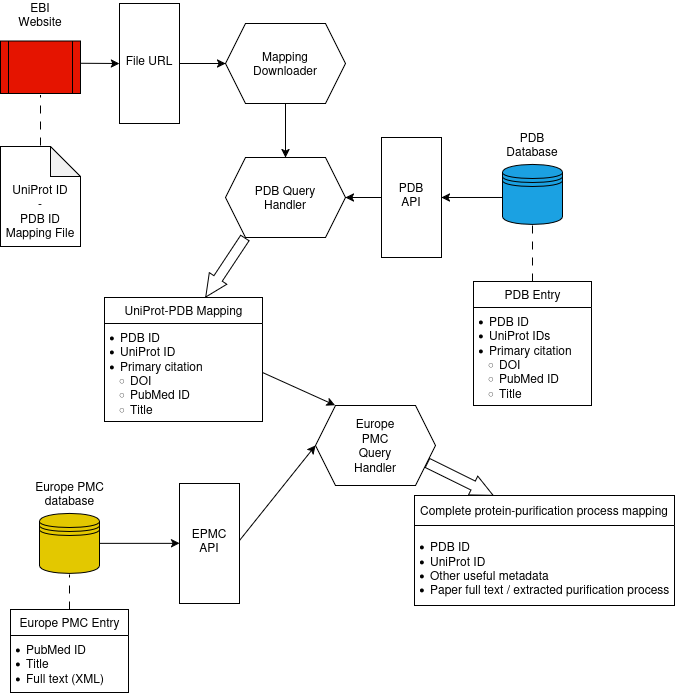
DavidJCCastro/fct-thesis keeps this draw.io diagram as 5-Figures/diagrams/new_viz.png. Above is the earlier version. Source tidied: cells renumbered, new cells last; positions are measured from the earlier drawing's top-left corner, leaving out a move shared by most shapes.
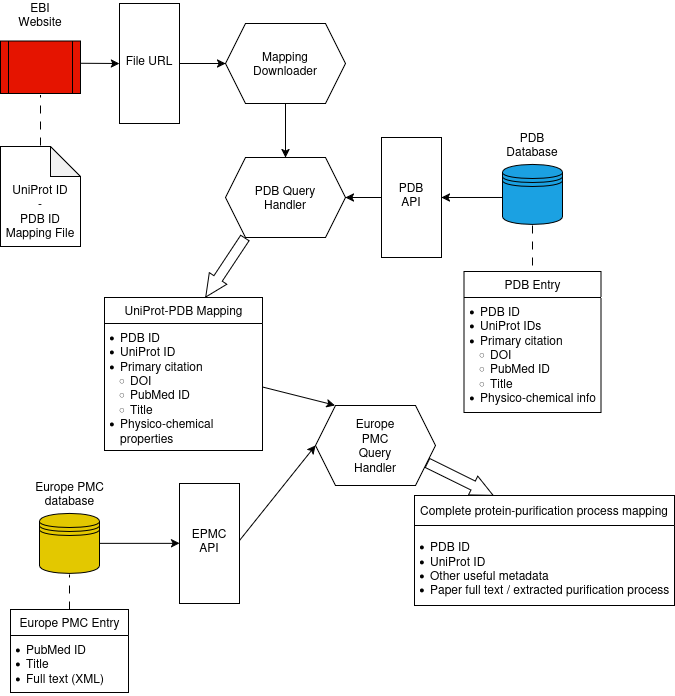
After the commit.

The edit, as a diff of the source:
```diff
@@ -3,10 +3,10 @@
     <mxCell id="0" />
     <mxCell id="1" parent="0" />
     <mxCell id="2" value="PDB Entry" style="swimlane;fontStyle=0;horizontal=1;startSize=26;fillColor=none;html=1;fontColor=light-dark(#000000,#000000);labelBorderColor=none;rounded=0;swimlaneLine=1;strokeColor=light-dark(#000000,#000000);" parent="1" vertex="1">
-      <mxGeometry x="473" y="281" width="118" height="124" as="geometry" />
+      <mxGeometry x="463.5" y="271" width="137" height="141" as="geometry" />
     </mxCell>
-    <mxCell id="3" value="&lt;ul style=&quot;padding-left: 10px; margin-top: 0px; margin-bottom: 12px; padding-bottom: 5px;&quot;&gt;&lt;li&gt;PDB ID&lt;/li&gt;&lt;li&gt;UniProt IDs&lt;/li&gt;&lt;li&gt;Primary citation&lt;/li&gt;&lt;ul style=&quot;padding-left: 10px;&quot;&gt;&lt;li&gt;DOI&lt;/li&gt;&lt;li&gt;PubMed ID&lt;/li&gt;&lt;li&gt;Title&lt;/li&gt;&lt;/ul&gt;&lt;/ul&gt;" style="text;strokeColor=none;fillColor=none;align=left;verticalAlign=top;spacingLeft=4;spacingRight=4;overflow=hidden;whiteSpace=wrap;html=1;labelBackgroundColor=none;fontColor=light-dark(#000000,#000000);" parent="2" vertex="1">
-      <mxGeometry y="26" width="118" height="98" as="geometry" />
+    <mxCell id="3" value="&lt;ul style=&quot;padding-left: 10px; margin-top: 0px; margin-bottom: 12px; padding-bottom: 5px;&quot;&gt;&lt;li&gt;PDB ID&lt;/li&gt;&lt;li&gt;UniProt IDs&lt;/li&gt;&lt;li&gt;Primary citation&lt;/li&gt;&lt;ul style=&quot;padding-left: 10px;&quot;&gt;&lt;li&gt;DOI&lt;/li&gt;&lt;li&gt;PubMed ID&lt;/li&gt;&lt;li&gt;Title&lt;/li&gt;&lt;/ul&gt;&lt;li&gt;Physico-chemical info&lt;/li&gt;&lt;/ul&gt;" style="text;strokeColor=none;fillColor=none;align=left;verticalAlign=top;spacingLeft=4;spacingRight=4;overflow=hidden;whiteSpace=wrap;html=1;labelBackgroundColor=none;fontColor=light-dark(#000000,#000000);" parent="2" vertex="1">
+      <mxGeometry y="26" width="137" height="115" as="geometry" />
     </mxCell>
     <mxCell id="4" value="PDB Database" style="text;html=1;whiteSpace=wrap;strokeColor=none;fillColor=none;align=center;verticalAlign=middle;rounded=0;fontColor=light-dark(#000000,#000000);" parent="1" vertex="1">
       <mxGeometry x="502" y="129" width="60" height="30" as="geometry" />
@@ -14,10 +14,8 @@
     <mxCell id="5" style="shape=datastore;whiteSpace=wrap;html=1;fillColor=#1ba1e2;fontColor=#ffffff;strokeColor=light-dark(#000000,#000000);perimeterSpacing=1;" parent="1" vertex="1">
       <mxGeometry x="502" y="164" width="60" height="60" as="geometry" />
     </mxCell>
-    <mxCell id="6" style="endArrow=none;html=1;rounded=0;exitX=0.5;exitY=1;exitDx=0;exitDy=0;entryX=0.5;entryY=0;entryDx=0;entryDy=0;strokeColor=light-dark(#000000,#000000);dashed=1;dashPattern=8 8;endFill=0;" parent="1" edge="1" source="5">
-      <mxGeometry relative="1" as="geometry">
-        <mxPoint x="532" y="281" as="targetPoint" />
-      </mxGeometry>
+    <mxCell id="6" style="endArrow=none;html=1;rounded=0;exitX=0.5;exitY=1;exitDx=0;exitDy=0;strokeColor=light-dark(#000000,#000000);dashed=1;dashPattern=8 8;endFill=0;entryX=0.5;entryY=0;entryDx=0;entryDy=0;" parent="1" edge="1" source="5" target="2">
+      <mxGeometry relative="1" as="geometry" />
     </mxCell>
     <mxCell id="7" style="rounded=0;whiteSpace=wrap;html=1;rotation=90;fillColor=none;strokeColor=light-dark(#000000,#000000);" parent="1" vertex="1">
       <mxGeometry x="351" y="167" width="120" height="60" as="geometry" />
@@ -83,10 +81,10 @@
       </mxGeometry>
     </mxCell>
     <mxCell id="26" value="UniProt-PDB Mapping" style="swimlane;fontStyle=0;horizontal=1;startSize=26;fillColor=none;html=1;fontColor=light-dark(#000000,#000000);labelBorderColor=none;rounded=0;swimlaneLine=1;strokeColor=light-dark(#000000,#000000);" parent="1" vertex="1">
-      <mxGeometry x="104" y="297" width="158" height="124" as="geometry" />
+      <mxGeometry x="104" y="297" width="158" height="153" as="geometry" />
     </mxCell>
-    <mxCell id="27" value="&lt;ul style=&quot;padding-left: 10px; margin-top: 0px; margin-bottom: 12px; padding-bottom: 5px;&quot;&gt;&lt;li&gt;PDB ID&lt;/li&gt;&lt;li&gt;UniProt ID&lt;/li&gt;&lt;li&gt;Primary citation&lt;/li&gt;&lt;ul style=&quot;padding-left: 10px;&quot;&gt;&lt;li&gt;DOI&lt;/li&gt;&lt;li&gt;PubMed ID&lt;/li&gt;&lt;li&gt;Title&lt;/li&gt;&lt;/ul&gt;&lt;/ul&gt;" style="text;strokeColor=none;fillColor=none;align=left;verticalAlign=top;spacingLeft=4;spacingRight=4;overflow=hidden;points=[[0,0.5],[1,0.5]];portConstraint=eastwest;whiteSpace=wrap;html=1;labelBackgroundColor=none;fontColor=light-dark(#000000,#000000);" parent="26" vertex="1">
-      <mxGeometry y="26" width="158" height="98" as="geometry" />
+    <mxCell id="27" value="&lt;ul style=&quot;padding-left: 10px; margin-top: 0px; margin-bottom: 12px; padding-bottom: 5px;&quot;&gt;&lt;li&gt;PDB ID&lt;/li&gt;&lt;li&gt;UniProt ID&lt;/li&gt;&lt;li&gt;Primary citation&lt;/li&gt;&lt;ul style=&quot;padding-left: 10px;&quot;&gt;&lt;li&gt;DOI&lt;/li&gt;&lt;li&gt;PubMed ID&lt;/li&gt;&lt;li&gt;Title&lt;/li&gt;&lt;/ul&gt;&lt;li&gt;Physico-chemical properties&lt;/li&gt;&lt;/ul&gt;" style="text;strokeColor=none;fillColor=none;align=left;verticalAlign=top;spacingLeft=4;spacingRight=4;overflow=hidden;points=[[0,0.5],[1,0.5]];portConstraint=eastwest;whiteSpace=wrap;html=1;labelBackgroundColor=none;fontColor=light-dark(#000000,#000000);" parent="26" vertex="1">
+      <mxGeometry y="26" width="158" height="127" as="geometry" />
     </mxCell>
     <mxCell id="28" style="shape=flexArrow;endArrow=classic;html=1;rounded=0;width=10;endSize=7.107692307692307;endWidth=10;exitX=1;exitY=0.75;exitDx=0;exitDy=0;" parent="1" edge="1" source="9">
       <mxGeometry relative="1" as="geometry">
```
